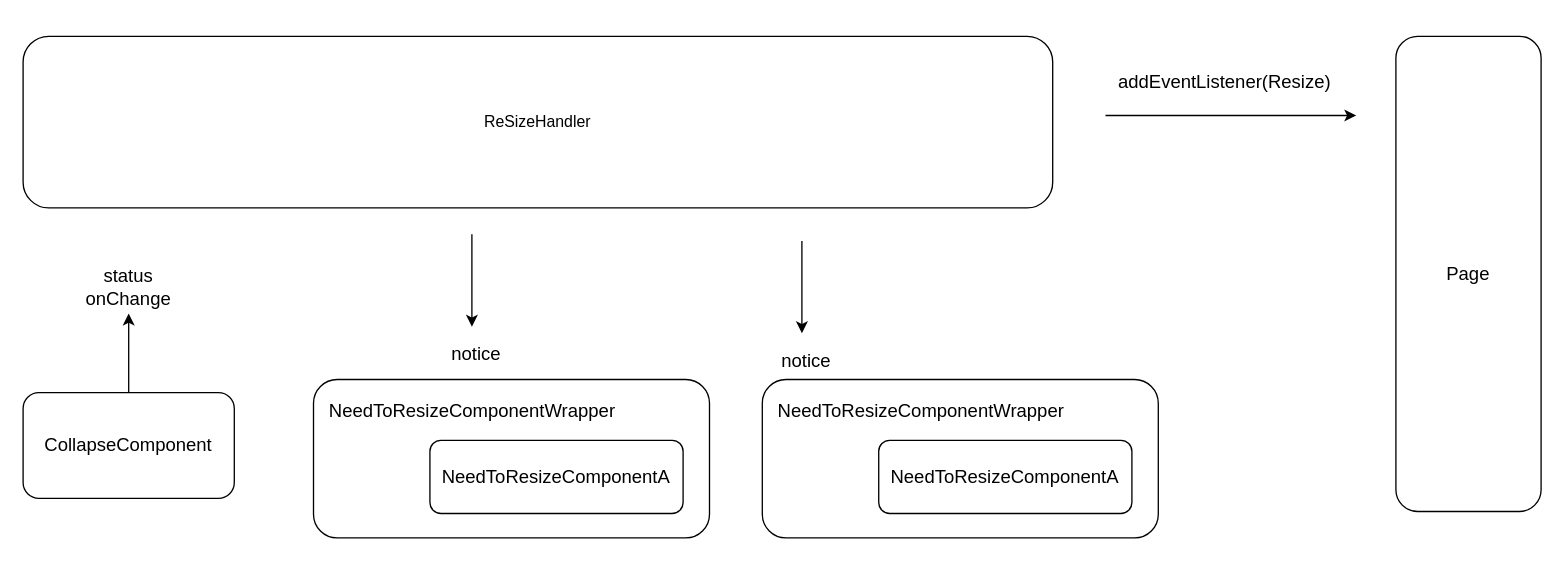
oraclexudehua/UML keeps this draw.io diagram as 未命名绘图.drawio. Above is the earlier version. Source tidied: cells renumbered, new cells numbered last; positions are measured from the earlier drawing's top-left corner, leaving out a move shared by most shapes. Both pictures are drawn from the tidied source at 132%, with x=0, y=0 at pixel (22, 36).
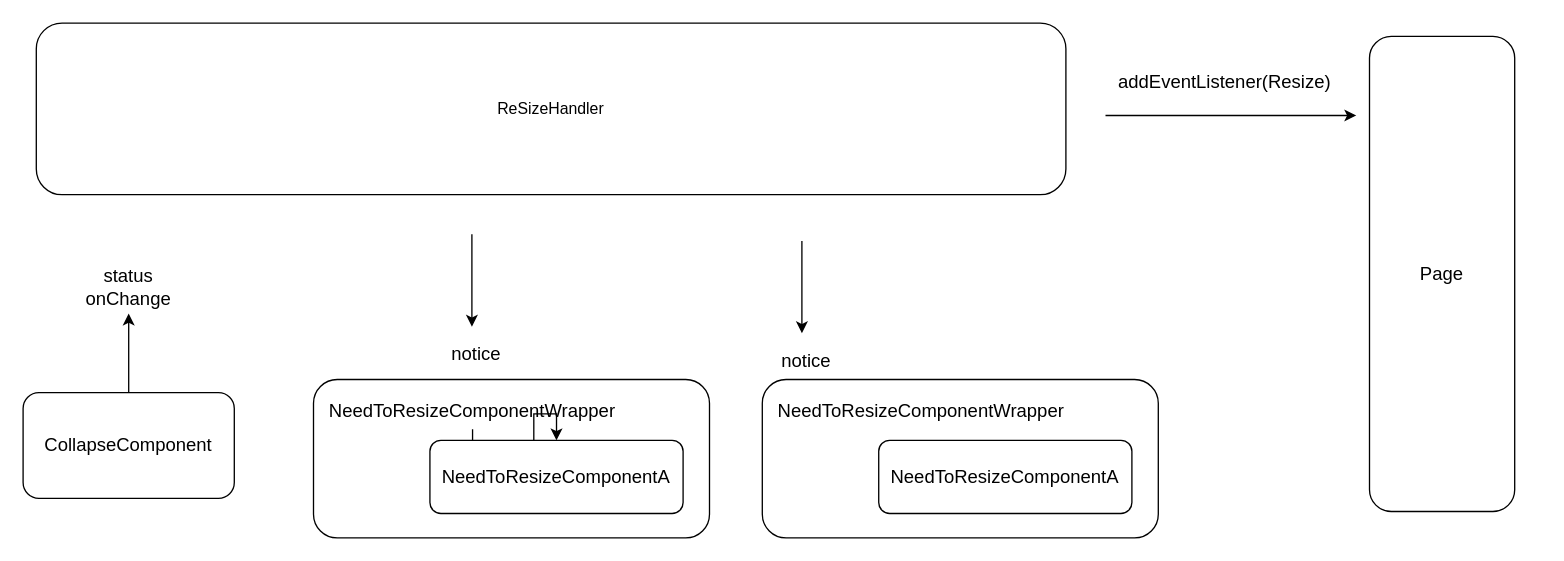
Above is the later version.

Commit message:
更新未命名绘图.drawio

The change refers to these unchanged cells:
```xml
<mxCell id="13" style="group;" parent="1" vertex="1">
  <mxGeometry x="220" y="260" width="300" height="120" as="geometry" />
</mxCell>
<mxCell id="15" value="&lt;span style=&quot;text-align: left;&quot;&gt;NeedToResizeComponentWrapper&lt;/span&gt;" style="text;html=1;strokeColor=none;fillColor=none;align=center;verticalAlign=middle;whiteSpace=wrap;rounded=0;fontSize=14;" parent="13" vertex="1">
  <mxGeometry x="94" y="10" width="52.9" height="27.7" as="geometry" />
</mxCell>
<mxCell id="16" value="NeedToResizeComponentA" style="rounded=1;whiteSpace=wrap;html=1;fontSize=14;" parent="13" vertex="1">
  <mxGeometry x="88.2" y="46.1" width="191.8" height="55.4" as="geometry" />
</mxCell>
```

The edit, as a diff of the source:
```diff
@@
     <mxCell id="2" value="ReSizeHandler" style="rounded=1;whiteSpace=wrap;html=1;" parent="1" vertex="1">
-      <mxGeometry width="780" height="130" as="geometry" />
+      <mxGeometry x="10" y="-10" width="780" height="130" as="geometry" />
     </mxCell>
@@
     <mxCell id="10" value="Page" style="rounded=1;whiteSpace=wrap;html=1;fontSize=14;" parent="1" vertex="1">
-      <mxGeometry x="1040" width="110" height="360" as="geometry" />
+      <mxGeometry x="1020" width="110" height="360" as="geometry" />
     </mxCell>
@@
+    <mxCell id="21" style="edgeStyle=orthogonalEdgeStyle;rounded=0;jettySize=auto;html=1;fontSize=14;" parent="13" edge="1" source="15" target="16">
+      <mxGeometry relative="1" as="geometry" />
+    </mxCell>
```
